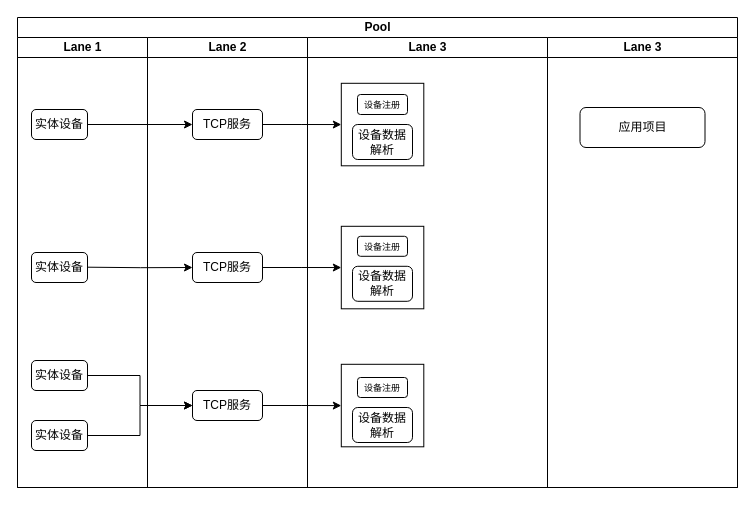
Before: 流程图/实体设备接入流程图.drawio in wanghui1993/diagram_drow_file, a draw.io diagram. Source tidied: cells renumbered, new cells numbered last; positions are measured from the earlier drawing's top-left corner, leaving out a move shared by most shapes. Both pictures are drawn from the tidied source at 100%, with x=0, y=0 at pixel (17, 17).
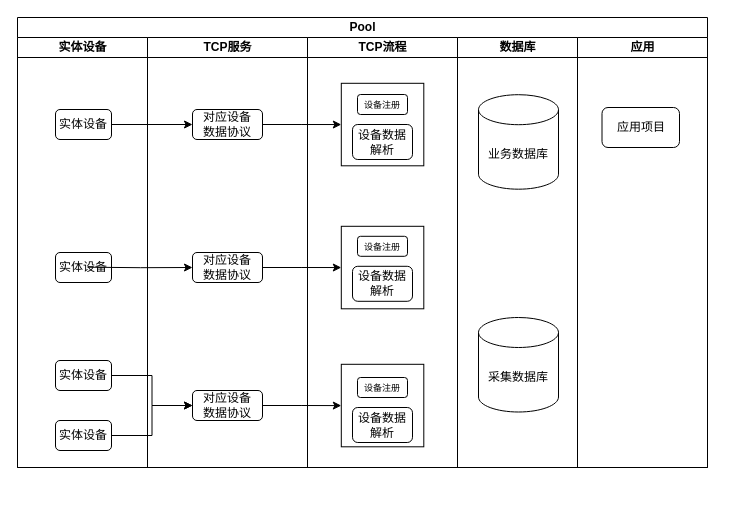
The same diagram, later.

Commit message (it also covers changes not shown here):
更新实体设备接入流程图.drawio

What changed in the source:
```diff
@@
     <mxCell id="2" value="Pool" style="swimlane;startSize=20;html=1;" parent="1" vertex="1">
-      <mxGeometry width="720" height="470" as="geometry" />
+      <mxGeometry width="690" height="450" as="geometry" />
     </mxCell>
-    <mxCell id="3" value="Lane 1" style="swimlane;startSize=20;html=1;" parent="2" vertex="1">
-      <mxGeometry y="20" width="130" height="450" as="geometry" />
+    <mxCell id="3" value="实体设备" style="swimlane;startSize=20;html=1;" parent="2" vertex="1">
+      <mxGeometry y="20" width="130" height="430" as="geometry" />
     </mxCell>
     <mxCell id="4" value="实体设备" style="rounded=1;whiteSpace=wrap;html=1;" parent="3" vertex="1">
-      <mxGeometry x="14" y="72" width="56" height="30" as="geometry" />
+      <mxGeometry x="38" y="72" width="56" height="30" as="geometry" />
     </mxCell>
     <mxCell id="5" value="实体设备" style="rounded=1;whiteSpace=wrap;html=1;" parent="3" vertex="1">
-      <mxGeometry x="14" y="215" width="56" height="30" as="geometry" />
+      <mxGeometry x="38" y="215" width="56" height="30" as="geometry" />
     </mxCell>
     <mxCell id="6" value="实体设备" style="rounded=1;whiteSpace=wrap;html=1;" parent="3" vertex="1">
-      <mxGeometry x="14" y="323" width="56" height="30" as="geometry" />
+      <mxGeometry x="38" y="323" width="56" height="30" as="geometry" />
     </mxCell>
     <mxCell id="7" value="实体设备" style="rounded=1;whiteSpace=wrap;html=1;" parent="3" vertex="1">
-      <mxGeometry x="14" y="383" width="56" height="30" as="geometry" />
+      <mxGeometry x="38" y="383" width="56" height="30" as="geometry" />
     </mxCell>
-    <mxCell id="8" value="Lane 2" style="swimlane;startSize=20;html=1;" parent="2" vertex="1">
-      <mxGeometry x="130" y="20" width="160" height="450" as="geometry" />
+    <mxCell id="8" value="TCP服务" style="swimlane;startSize=20;html=1;" parent="2" vertex="1">
+      <mxGeometry x="130" y="20" width="160" height="430" as="geometry" />
     </mxCell>
@@
-    <mxCell id="10" value="TCP服务" style="rounded=1;whiteSpace=wrap;html=1;" parent="8" vertex="1">
+    <mxCell id="10" value="对应设备&lt;br&gt;数据协议" style="rounded=1;whiteSpace=wrap;html=1;" parent="8" vertex="1">
       <mxGeometry x="45" y="72" width="70" height="30" as="geometry" />
     </mxCell>
-    <mxCell id="11" value="TCP服务" style="rounded=1;whiteSpace=wrap;html=1;" parent="8" vertex="1">
+    <mxCell id="11" value="对应设备&lt;br style=&quot;border-color: var(--border-color);&quot;&gt;数据协议" style="rounded=1;whiteSpace=wrap;html=1;" parent="8" vertex="1">
       <mxGeometry x="45" y="215" width="70" height="30" as="geometry" />
     </mxCell>
-    <mxCell id="12" value="TCP服务" style="rounded=1;whiteSpace=wrap;html=1;" parent="8" vertex="1">
+    <mxCell id="12" value="对应设备&lt;br style=&quot;border-color: var(--border-color);&quot;&gt;数据协议" style="rounded=1;whiteSpace=wrap;html=1;" parent="8" vertex="1">
       <mxGeometry x="45" y="353" width="70" height="30" as="geometry" />
     </mxCell>
-    <mxCell id="13" value="Lane 3" style="swimlane;startSize=20;html=1;" parent="2" vertex="1">
-      <mxGeometry x="290" y="20" width="240" height="450" as="geometry" />
+    <mxCell id="13" value="TCP流程" style="swimlane;startSize=20;html=1;" parent="2" vertex="1">
+      <mxGeometry x="290" y="20" width="150" height="430" as="geometry" />
     </mxCell>
@@
+    <mxCell id="31" value="数据库" style="swimlane;startSize=20;html=1;" parent="2" vertex="1">
+      <mxGeometry x="440" y="20" width="120" height="430" as="geometry" />
+    </mxCell>
+    <mxCell id="32" value="采集数据库" style="shape=cylinder3;whiteSpace=wrap;html=1;boundedLbl=1;backgroundOutline=1;size=15;" parent="31" vertex="1">
+      <mxGeometry x="21" y="280" width="80" height="94.5" as="geometry" />
+    </mxCell>
+    <mxCell id="33" value="业务数据库" style="shape=cylinder3;whiteSpace=wrap;html=1;boundedLbl=1;backgroundOutline=1;size=15;" parent="31" vertex="1">
+      <mxGeometry x="21" y="57.2" width="80" height="94.5" as="geometry" />
+    </mxCell>
-    <mxCell id="23" value="Lane 3" style="swimlane;startSize=20;html=1;" parent="2" vertex="1">
-      <mxGeometry x="530" y="20" width="190" height="450" as="geometry" />
+    <mxCell id="23" value="应用" style="swimlane;startSize=20;html=1;" parent="2" vertex="1">
+      <mxGeometry x="560" y="20" width="130" height="430" as="geometry" />
     </mxCell>
     <mxCell id="24" value="应用项目" style="rounded=1;whiteSpace=wrap;html=1;direction=south;" parent="23" vertex="1">
-      <mxGeometry x="32.5" y="70" width="125" height="40" as="geometry" />
+      <mxGeometry x="24.5" y="70" width="77.5" height="40" as="geometry" />
     </mxCell>
```
